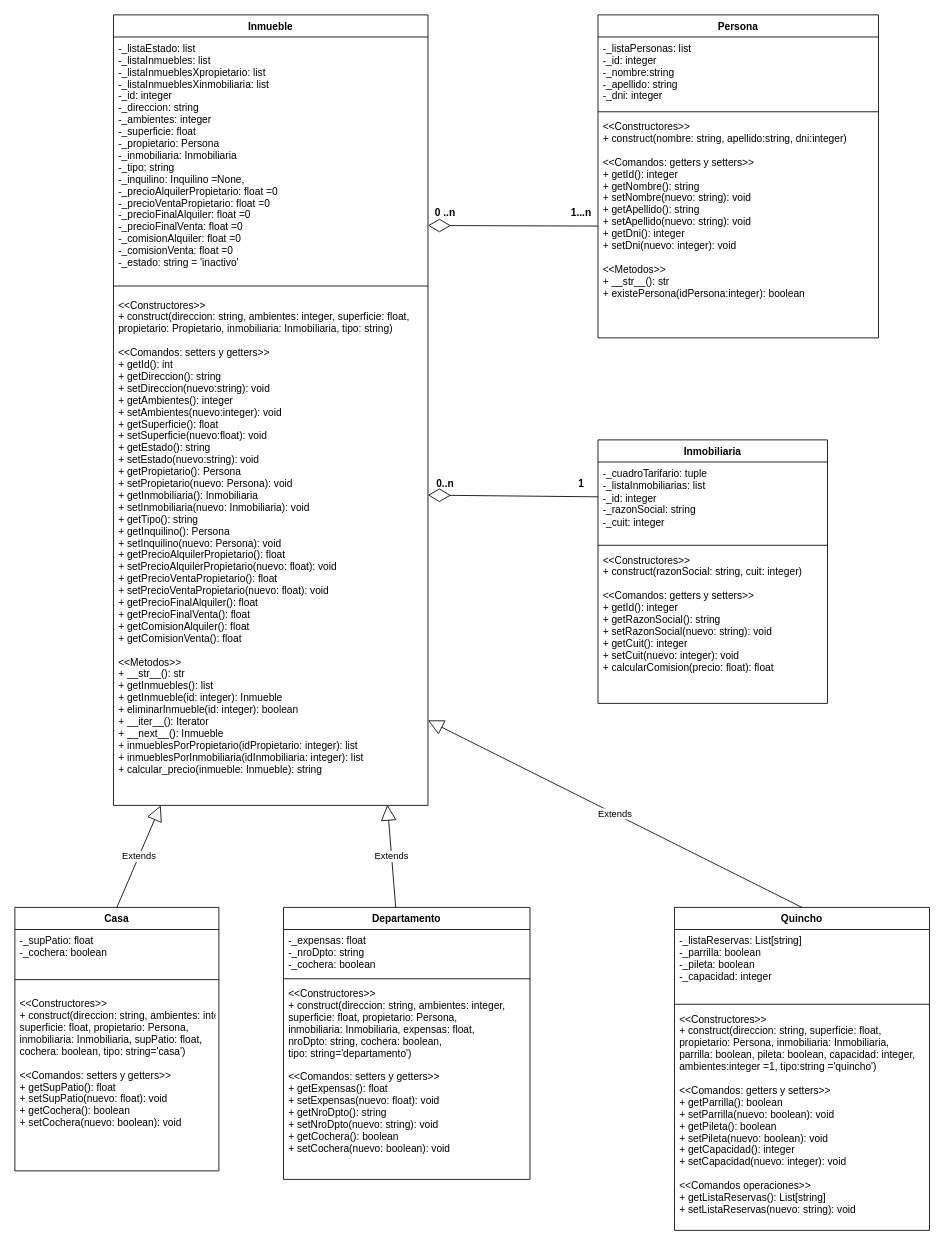
Above: UML-Inmobiliaria.drawio in idanawagner/pooFinal (draw.io), before the change. Source tidied: cells renumbered, new cells numbered last; positions are measured from the earlier drawing's top-left corner, leaving out a move shared by most shapes. Both pictures are drawn from the tidied source at 85%, with x=0, y=0 at pixel (14, 14).
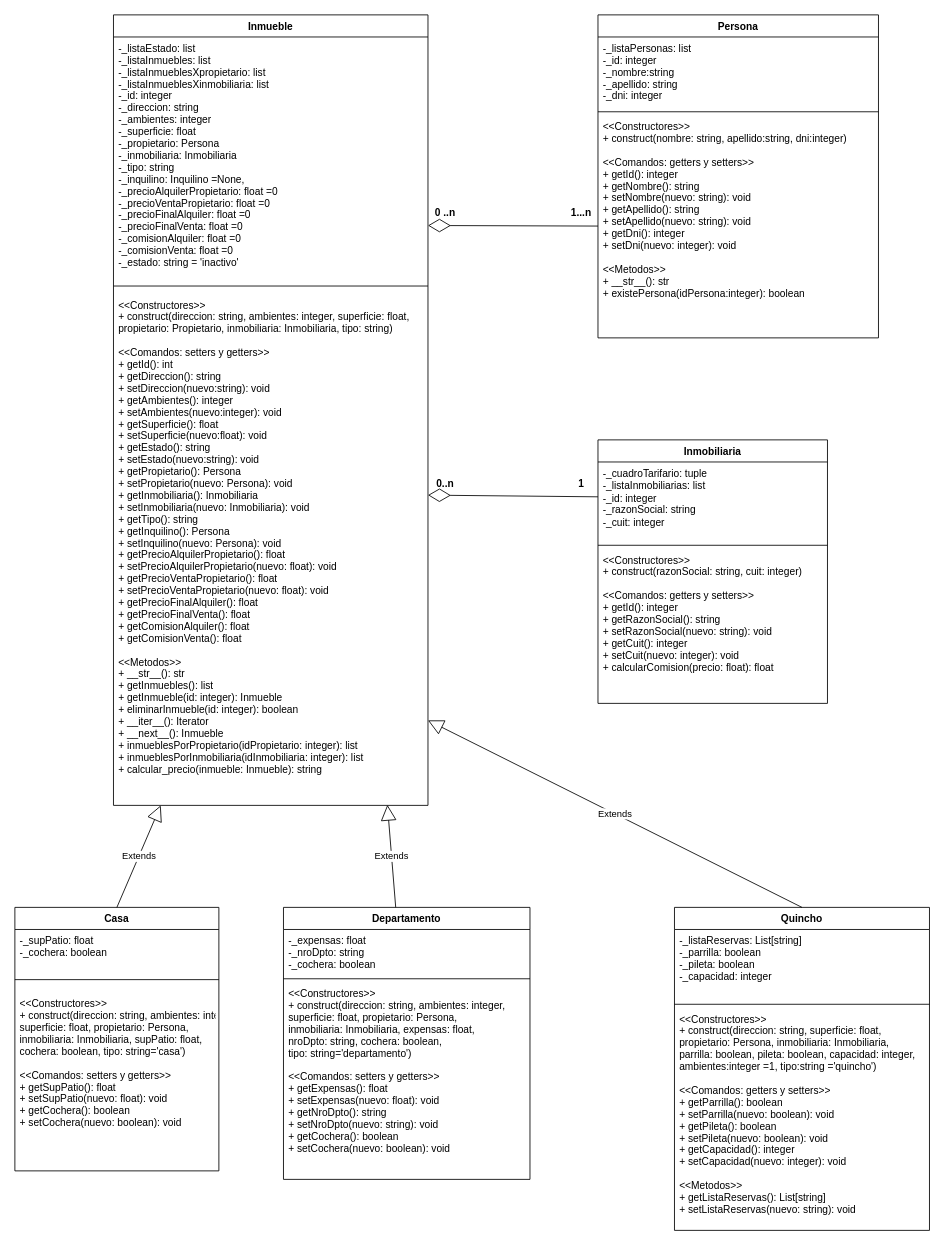
The same diagram, later.

Unchanged cells that the change refers to:
```xml
<mxCell id="22" value="Quincho" style="swimlane;fontStyle=1;align=center;verticalAlign=top;horizontal=1;startSize=26;" parent="1" vertex="1">
  <mxGeometry x="776" y="1050" width="300" height="380" as="geometry" />
</mxCell>
```

What changed in the source:
```diff
@@
-    <mxCell id="25" value="&lt;&lt;Constructores&gt;&gt;&#10;+ construct(direccion: string, superficie: float,&#10;propietario: Persona, inmobiliaria: Inmobiliaria,&#10;parrilla: boolean, pileta: boolean, capacidad: integer,&#10;ambientes:integer =1, tipo:string ='quincho')&#10;&#10;&lt;&lt;Comandos: getters y setters&gt;&gt;&#10;+ getParrilla(): boolean&#10;+ setParrilla(nuevo: boolean): void &#10;+ getPileta(): boolean&#10;+ setPileta(nuevo: boolean): void &#10;+ getCapacidad(): integer&#10;+ setCapacidad(nuevo: integer): void&#10;&#10;&lt;&lt;Comandos operaciones&gt;&gt;&#10;+ getListaReservas(): List[string] &#10;+ setListaReservas(nuevo: string): void" style="text;strokeColor=none;fillColor=none;align=left;verticalAlign=top;spacingLeft=4;spacingRight=4;overflow=hidden;" parent="22" vertex="1">
+    <mxCell id="25" value="&lt;&lt;Constructores&gt;&gt;&#10;+ construct(direccion: string, superficie: float,&#10;propietario: Persona, inmobiliaria: Inmobiliaria,&#10;parrilla: boolean, pileta: boolean, capacidad: integer,&#10;ambientes:integer =1, tipo:string ='quincho')&#10;&#10;&lt;&lt;Comandos: getters y setters&gt;&gt;&#10;+ getParrilla(): boolean&#10;+ setParrilla(nuevo: boolean): void &#10;+ getPileta(): boolean&#10;+ setPileta(nuevo: boolean): void &#10;+ getCapacidad(): integer&#10;+ setCapacidad(nuevo: integer): void&#10;&#10;&lt;&lt;Metodos&gt;&gt;&#10;+ getListaReservas(): List[string] &#10;+ setListaReservas(nuevo: string): void" style="text;strokeColor=none;fillColor=none;align=left;verticalAlign=top;spacingLeft=4;spacingRight=4;overflow=hidden;" parent="22" vertex="1">
       <mxGeometry y="118" width="300" height="262" as="geometry" />
     </mxCell>
```
